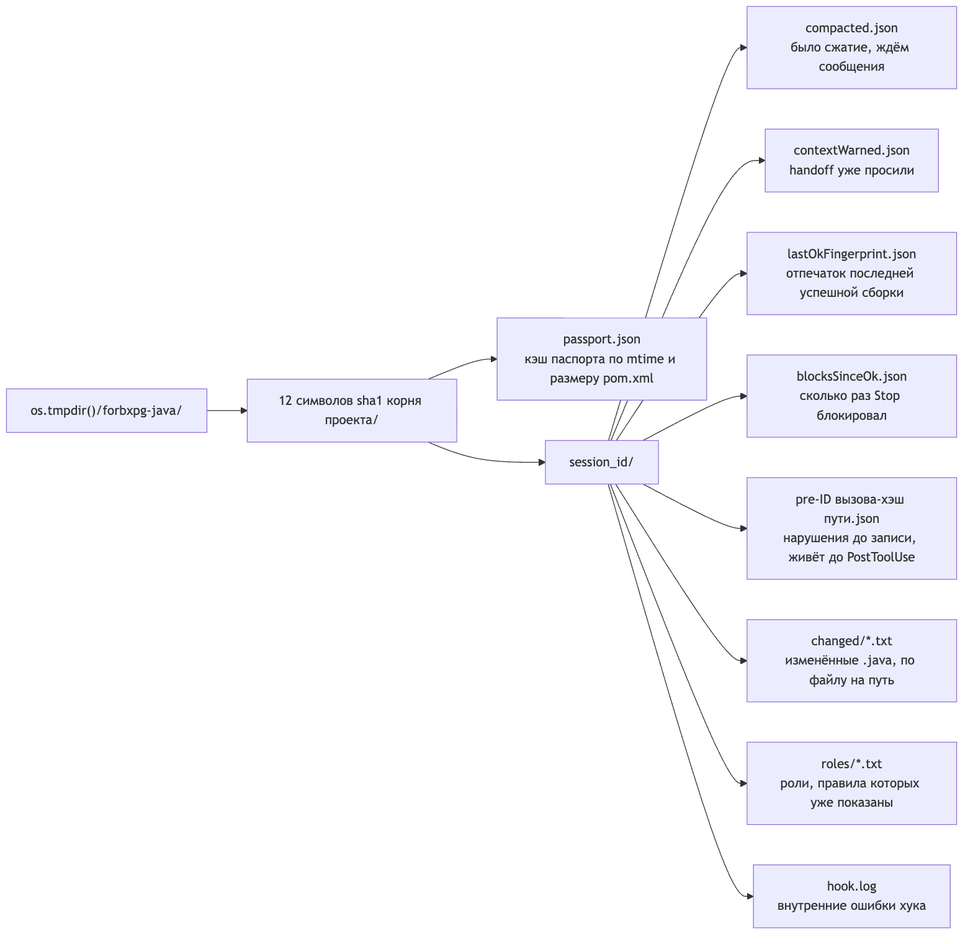
Earlier version of the Mermaid export docs/ru/internals/img/12-state-files.png (forbxpg/forbxpg-java-best-practices-skill). Its source is kept beside it as docs/ru/internals/diagrams/12-state-files.mmd.
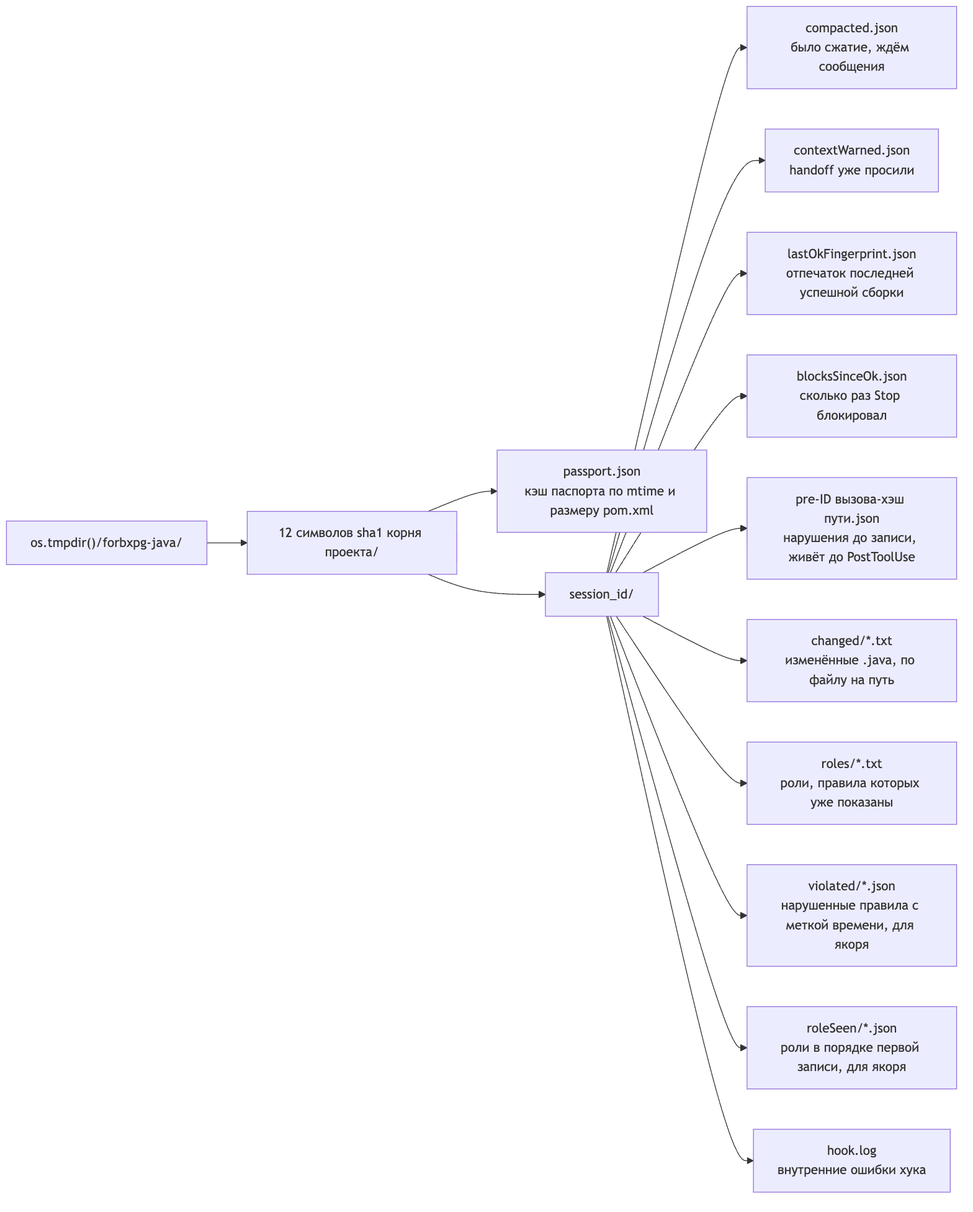
Above is the later version.

Change to the diagram source:
```diff
@@ -9,4 +9,6 @@
   S --> s5["pre-ID вызова-хэш пути.json<br/>нарушения до записи, живёт до PostToolUse"]
   S --> s6["changed/*.txt<br/>изменённые .java, по файлу на путь"]
   S --> s7["roles/*.txt<br/>роли, правила которых уже показаны"]
+  S --> s9["violated/*.json<br/>нарушенные правила с меткой времени, для якоря"]
+  S --> s10["roleSeen/*.json<br/>роли в порядке первой записи, для якоря"]
   S --> s8["hook.log<br/>внутренние ошибки хука"]
```
